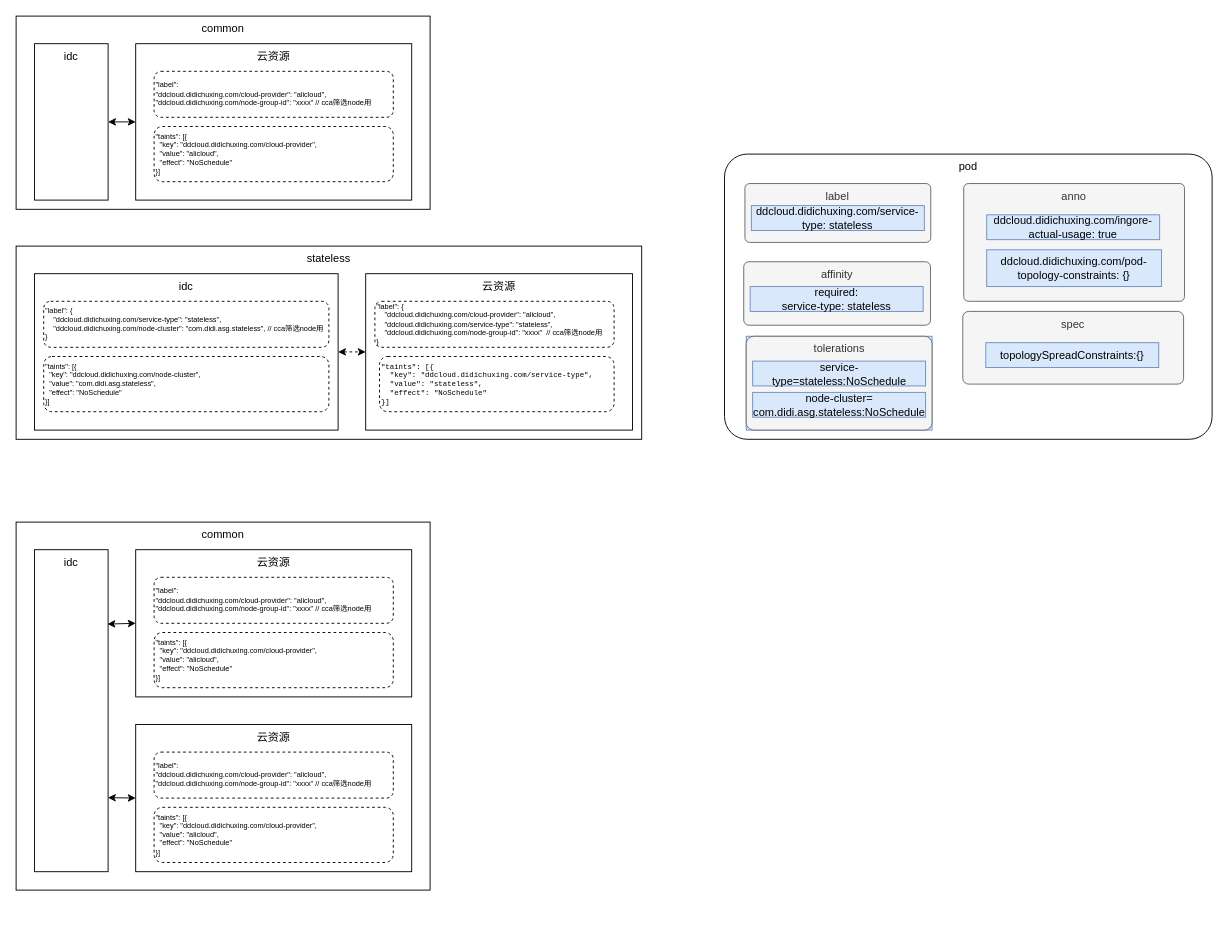
zhangfuli/draw.io keeps this draw.io diagram as quota.drawio. Above is the earlier version. Source tidied: cells renumbered, new cells numbered last; positions are measured from the earlier drawing's top-left corner, leaving out a move shared by most shapes. Both pictures are drawn from the tidied source at 92%, with x=0, y=0 at pixel (16, 16).
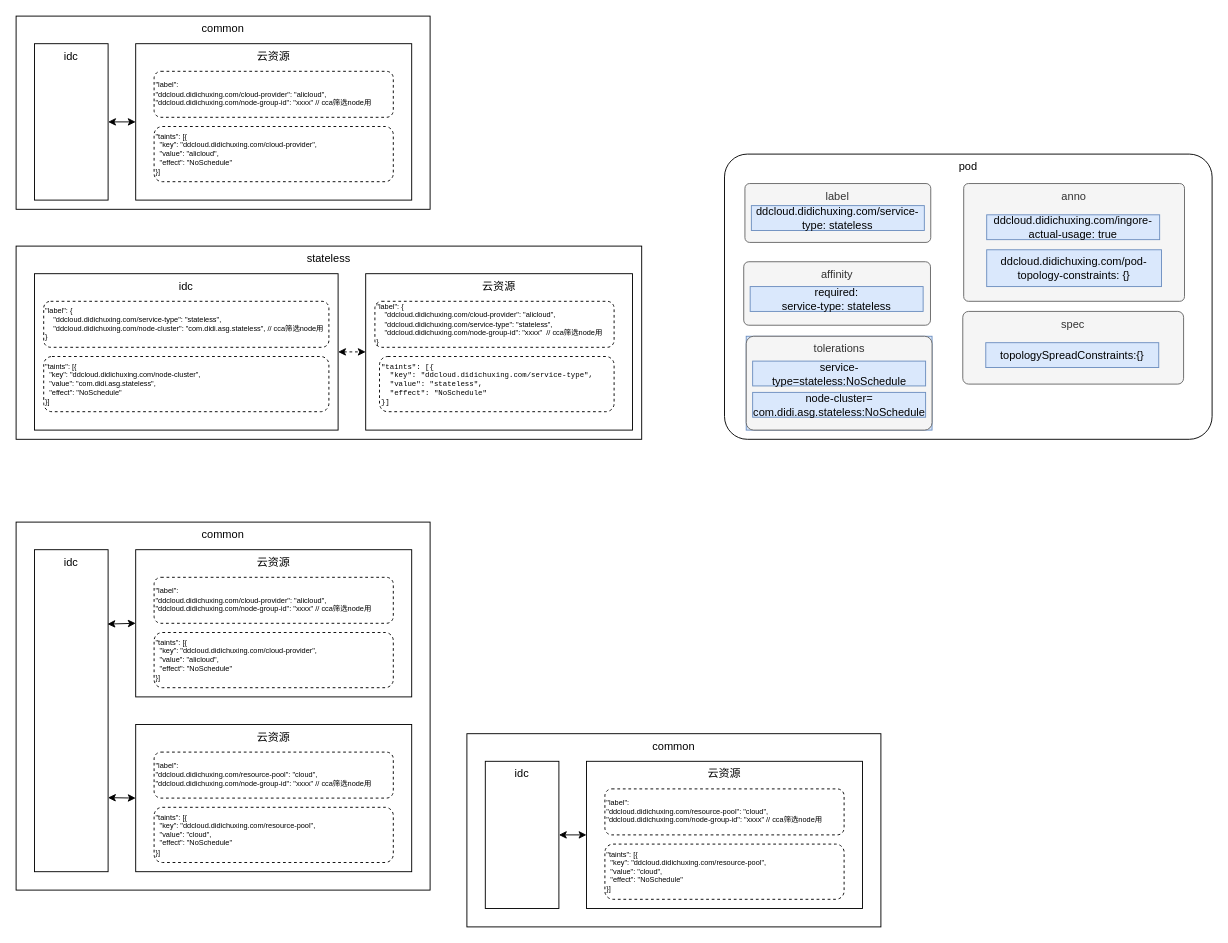
Above is the later version.

Diff of the diagram source:
```diff
@@
-    <mxCell id="38" value="&quot;label&quot;:&#10;&quot;ddcloud.didichuxing.com/cloud-provider&quot;: &quot;alicloud&quot;,&#10;&quot;ddcloud.didichuxing.com/node-group-id&quot;: &quot;xxxx&quot; // cca筛选node用" style="rounded=1;whiteSpace=wrap;html=1;dashed=1;align=left;fontSize=8;" parent="1" vertex="1">
+    <mxCell id="38" value="&quot;label&quot;:&lt;br&gt;&quot;ddcloud.didichuxing.com/resource-pool&quot;: &quot;cloud&quot;,&lt;br&gt;&quot;ddcloud.didichuxing.com/node-group-id&quot;: &quot;xxxx&quot; // cca筛选node用" style="rounded=1;whiteSpace=wrap;html=1;dashed=1;align=left;fontSize=8;" parent="1" vertex="1">
       <mxGeometry x="150" y="800" width="260" height="50" as="geometry" />
     </mxCell>
-    <mxCell id="39" value="&lt;div&gt;&quot;taints&quot;: [{&lt;/div&gt;&lt;div&gt;&amp;nbsp; &quot;key&quot;: &quot;ddcloud.didichuxing.com/cloud-provider&quot;,&lt;/div&gt;&lt;div&gt;&amp;nbsp; &quot;value&quot;: &quot;alicloud&quot;,&lt;/div&gt;&lt;div&gt;&amp;nbsp; &quot;effect&quot;: &quot;NoSchedule&quot;&lt;/div&gt;&lt;div&gt;}]&lt;/div&gt;" style="rounded=1;whiteSpace=wrap;html=1;dashed=1;align=left;fontSize=8;" parent="1" vertex="1">
+    <mxCell id="39" value="&lt;div&gt;&quot;taints&quot;: [{&lt;/div&gt;&lt;div&gt;&amp;nbsp; &quot;key&quot;: &quot;ddcloud.didichuxing.com/resource-pool&quot;,&lt;/div&gt;&lt;div&gt;&amp;nbsp; &quot;value&quot;: &quot;cloud&quot;,&lt;/div&gt;&lt;div&gt;&amp;nbsp; &quot;effect&quot;: &quot;NoSchedule&quot;&lt;/div&gt;&lt;div&gt;}]&lt;/div&gt;" style="rounded=1;whiteSpace=wrap;html=1;dashed=1;align=left;fontSize=8;" parent="1" vertex="1">
       <mxGeometry x="150" y="860" width="260" height="60" as="geometry" />
     </mxCell>
@@
+    <mxCell id="41" value="common" style="rounded=0;whiteSpace=wrap;html=1;verticalAlign=top;" parent="1" vertex="1">
+      <mxGeometry x="490" y="780" width="450" height="210" as="geometry" />
+    </mxCell>
+    <mxCell id="42" value="idc" style="rounded=0;whiteSpace=wrap;html=1;verticalAlign=top;" parent="1" vertex="1">
+      <mxGeometry x="510" y="810" width="80" height="160" as="geometry" />
+    </mxCell>
+    <mxCell id="43" value="云资源" style="rounded=0;whiteSpace=wrap;html=1;verticalAlign=top;" parent="1" vertex="1">
+      <mxGeometry x="620" y="810" width="300" height="160" as="geometry" />
+    </mxCell>
+    <mxCell id="44" value="&quot;label&quot;:&lt;br&gt;&quot;ddcloud.didichuxing.com/resource-pool&quot;: &quot;cloud&quot;,&lt;br&gt;&quot;ddcloud.didichuxing.com/node-group-id&quot;: &quot;xxxx&quot; // cca筛选node用" style="rounded=1;whiteSpace=wrap;html=1;dashed=1;align=left;fontSize=8;" parent="1" vertex="1">
+      <mxGeometry x="640" y="840" width="260" height="50" as="geometry" />
+    </mxCell>
+    <mxCell id="45" value="&lt;div&gt;&quot;taints&quot;: [{&lt;/div&gt;&lt;div&gt;&amp;nbsp; &quot;key&quot;: &quot;ddcloud.didichuxing.com/resource-pool&quot;,&lt;/div&gt;&lt;div&gt;&amp;nbsp; &quot;value&quot;: &quot;cloud&quot;,&lt;/div&gt;&lt;div&gt;&amp;nbsp; &quot;effect&quot;: &quot;NoSchedule&quot;&lt;/div&gt;&lt;div&gt;}]&lt;/div&gt;" style="rounded=1;whiteSpace=wrap;html=1;dashed=1;align=left;fontSize=8;" parent="1" vertex="1">
+      <mxGeometry x="640" y="900" width="260" height="60" as="geometry" />
+    </mxCell>
+    <mxCell id="46" style="endArrow=classic;html=1;rounded=0;entryX=0;entryY=0.5;entryDx=0;entryDy=0;exitX=1;exitY=0.5;exitDx=0;exitDy=0;startArrow=classic;startFill=1;" parent="1" edge="1" source="42" target="43">
+      <mxGeometry relative="1" as="geometry" />
+    </mxCell>
```
